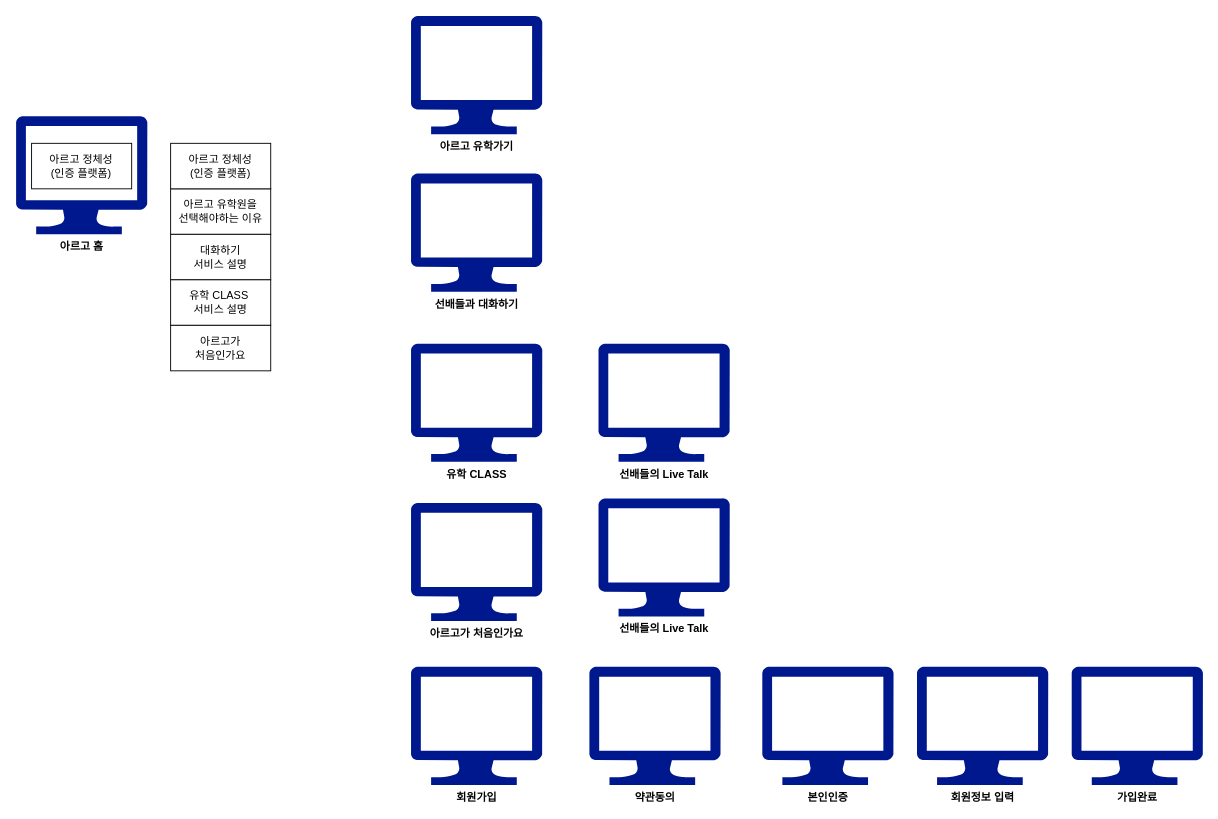
The draw.io diagram page "전체" (1 of 3) of crossFunctionalFlow.drawio in to9passion/testpassion, before the edit. Source tidied: cells renumbered, new cells numbered last; positions are measured from the earlier drawing's top-left corner, leaving out a move shared by most shapes. Both pictures are drawn from the tidied source at 91%, with x=0, y=0 at pixel (15, 15).
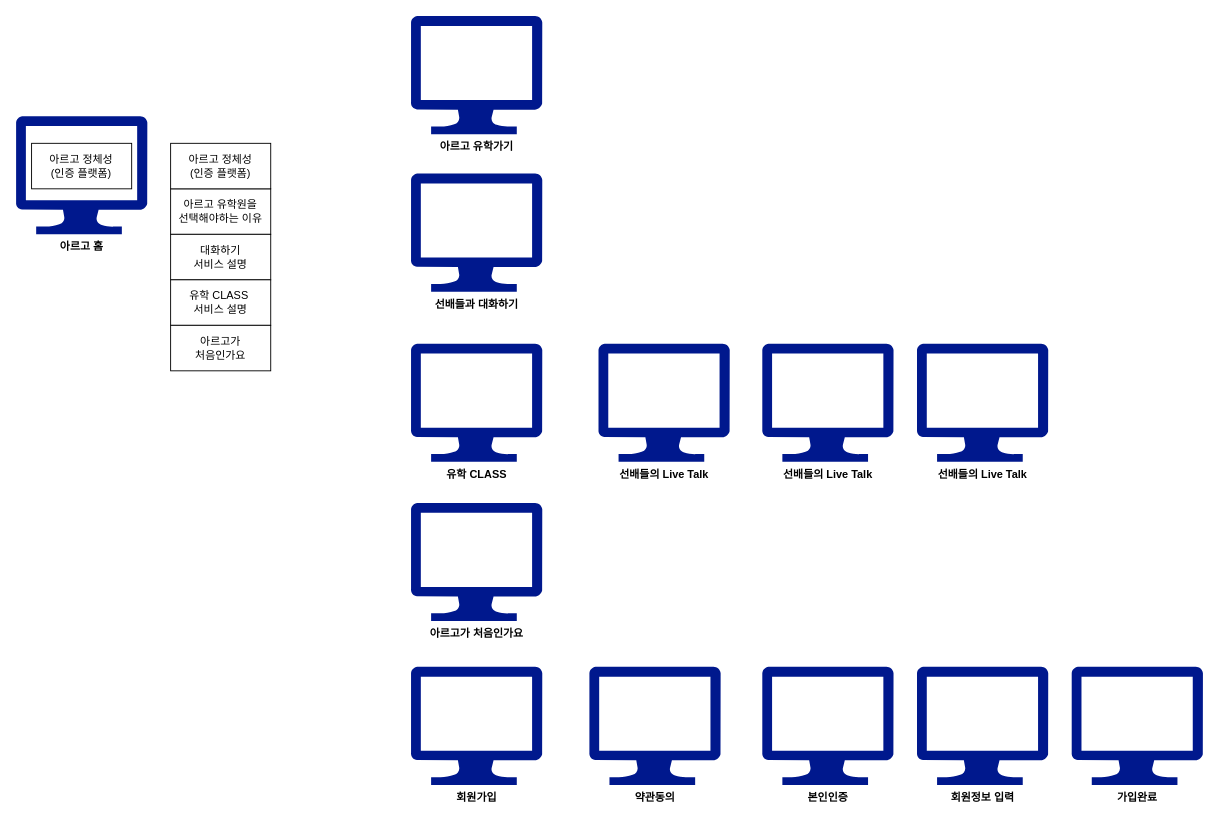
After the change.

Change to the diagram source:
```diff
@@
     <mxCell id="19" value="선배들의 Live Talk" style="sketch=0;shadow=0;dashed=0;html=1;strokeColor=none;labelPosition=center;verticalLabelPosition=bottom;verticalAlign=top;align=center;fillColor=#00188D;shape=mxgraph.azure.computer;fontStyle=1;" parent="1" vertex="1">
-      <mxGeometry x="640" y="530" width="144.4" height="130" as="geometry" />
+      <mxGeometry x="820" y="360" width="144.4" height="130" as="geometry" />
     </mxCell>
+    <mxCell id="20" value="선배들의 Live Talk" style="sketch=0;shadow=0;dashed=0;html=1;strokeColor=none;labelPosition=center;verticalLabelPosition=bottom;verticalAlign=top;align=center;fillColor=#00188D;shape=mxgraph.azure.computer;fontStyle=1;" parent="1" vertex="1">
+      <mxGeometry x="990" y="360" width="144.4" height="130" as="geometry" />
+    </mxCell>
```
